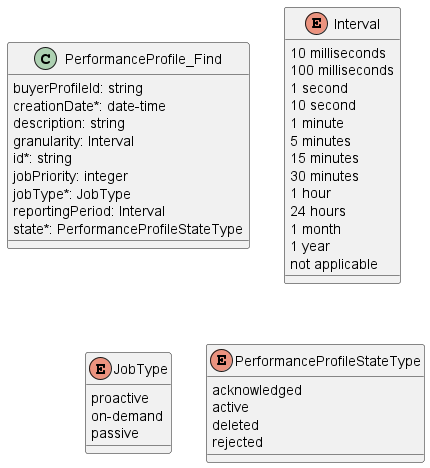
The PlantUML diagram documentation/serviceApi/pm/performance/media/useCase2Model.png in MEF-GIT/MEF-LSO-Legato-SDK, before a commit.
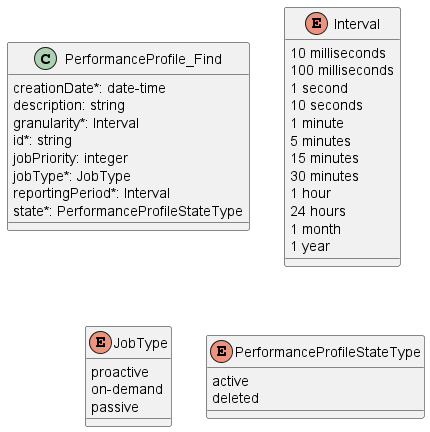
The same file after the commit.

What changed in the source:
```diff
@@ -2,14 +2,13 @@
 
 class PerformanceProfile_Find {
 
-    buyerProfileId: string
     creationDate*: date-time
     description: string
-    granularity: Interval
+    granularity*: Interval
     id*: string
     jobPriority: integer
     jobType*: JobType
-    reportingPeriod: Interval
+    reportingPeriod*: Interval
     state*: PerformanceProfileStateType
 }
 
@@ -18,7 +17,7 @@
     10 milliseconds
     100 milliseconds
     1 second
-    10 second
+    10 seconds
     1 minute
     5 minutes
     15 minutes
@@ -27,7 +26,6 @@
     24 hours
     1 month
     1 year
-    not applicable
 }
 
 enum JobType {
@@ -39,10 +37,8 @@
 
 enum PerformanceProfileStateType {
 
-    acknowledged
     active
     deleted
-    rejected
 }
 
 @enduml
```
